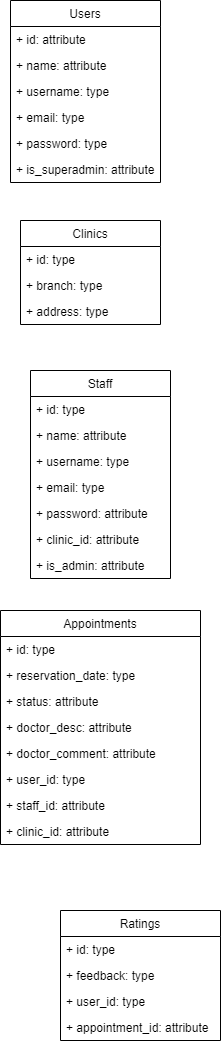
Earlier version of the draw.io export diagram/erd.drawio.png (faizrahman-my/ClinicAppointment). Source tidied: cells renumbered, new cells last; positions are measured from the earlier drawing's top-left corner, leaving out a move shared by most shapes. Source of this version:
```xml
<mxGraphModel>
  <root>
    <mxCell id="0" />
    <mxCell id="1" parent="0" />
    <mxCell id="2" value="Users" style="swimlane;fontStyle=0;horizontal=1;startSize=26;fillColor=none;" parent="1" vertex="1">
      <mxGeometry x="10" width="150" height="182" as="geometry" />
    </mxCell>
    <mxCell id="3" value="+ id: attribute" style="text;strokeColor=none;fillColor=none;align=left;verticalAlign=top;spacingLeft=4;spacingRight=4;overflow=hidden;" parent="2" vertex="1">
      <mxGeometry y="26" width="150" height="26" as="geometry" />
    </mxCell>
    <mxCell id="4" value="+ name: attribute" style="text;strokeColor=none;fillColor=none;align=left;verticalAlign=top;spacingLeft=4;spacingRight=4;overflow=hidden;" parent="2" vertex="1">
      <mxGeometry y="52" width="150" height="26" as="geometry" />
    </mxCell>
    <mxCell id="5" value="+ username: type" style="text;strokeColor=none;fillColor=none;align=left;verticalAlign=top;spacingLeft=4;spacingRight=4;overflow=hidden;" parent="2" vertex="1">
      <mxGeometry y="78" width="150" height="26" as="geometry" />
    </mxCell>
    <mxCell id="6" value="+ email: type" style="text;strokeColor=none;fillColor=none;align=left;verticalAlign=top;spacingLeft=4;spacingRight=4;overflow=hidden;" parent="2" vertex="1">
      <mxGeometry y="104" width="150" height="26" as="geometry" />
    </mxCell>
    <mxCell id="7" value="+ password: type" style="text;strokeColor=none;fillColor=none;align=left;verticalAlign=top;spacingLeft=4;spacingRight=4;overflow=hidden;" parent="2" vertex="1">
      <mxGeometry y="130" width="150" height="26" as="geometry" />
    </mxCell>
    <mxCell id="8" value="+ is_superadmin: attribute" style="text;strokeColor=none;fillColor=none;align=left;verticalAlign=top;spacingLeft=4;spacingRight=4;overflow=hidden;" parent="2" vertex="1">
      <mxGeometry y="156" width="150" height="26" as="geometry" />
    </mxCell>
    <mxCell id="9" value="Appointments" style="swimlane;fontStyle=0;horizontal=1;startSize=26;fillColor=none;" parent="1" vertex="1">
      <mxGeometry y="610" width="200" height="234" as="geometry" />
    </mxCell>
    <mxCell id="10" value="+ id: type" style="text;strokeColor=none;fillColor=none;align=left;verticalAlign=top;spacingLeft=4;spacingRight=4;overflow=hidden;" parent="9" vertex="1">
      <mxGeometry y="26" width="200" height="26" as="geometry" />
    </mxCell>
    <mxCell id="11" value="+ reservation_date: type" style="text;strokeColor=none;fillColor=none;align=left;verticalAlign=top;spacingLeft=4;spacingRight=4;overflow=hidden;" parent="9" vertex="1">
      <mxGeometry y="52" width="200" height="26" as="geometry" />
    </mxCell>
    <mxCell id="12" value="+ status: attribute" style="text;strokeColor=none;fillColor=none;align=left;verticalAlign=top;spacingLeft=4;spacingRight=4;overflow=hidden;" parent="9" vertex="1">
      <mxGeometry y="78" width="200" height="26" as="geometry" />
    </mxCell>
    <mxCell id="13" value="+ doctor_desc: attribute" style="text;strokeColor=none;fillColor=none;align=left;verticalAlign=top;spacingLeft=4;spacingRight=4;overflow=hidden;" parent="9" vertex="1">
      <mxGeometry y="104" width="200" height="26" as="geometry" />
    </mxCell>
    <mxCell id="14" value="+ doctor_comment: attribute" style="text;strokeColor=none;fillColor=none;align=left;verticalAlign=top;spacingLeft=4;spacingRight=4;overflow=hidden;" parent="9" vertex="1">
      <mxGeometry y="130" width="200" height="26" as="geometry" />
    </mxCell>
    <mxCell id="15" value="+ user_id: type" style="text;strokeColor=none;fillColor=none;align=left;verticalAlign=top;spacingLeft=4;spacingRight=4;overflow=hidden;" parent="9" vertex="1">
      <mxGeometry y="156" width="200" height="26" as="geometry" />
    </mxCell>
    <mxCell id="16" value="+ staff_id: attribute" style="text;strokeColor=none;fillColor=none;align=left;verticalAlign=top;spacingLeft=4;spacingRight=4;overflow=hidden;" parent="9" vertex="1">
      <mxGeometry y="182" width="200" height="26" as="geometry" />
    </mxCell>
    <mxCell id="17" value="+ clinic_id: attribute" style="text;strokeColor=none;fillColor=none;align=left;verticalAlign=top;spacingLeft=4;spacingRight=4;overflow=hidden;" parent="9" vertex="1">
      <mxGeometry y="208" width="200" height="26" as="geometry" />
    </mxCell>
    <mxCell id="18" value="Clinics" style="swimlane;fontStyle=0;horizontal=1;startSize=26;fillColor=none;" parent="1" vertex="1">
      <mxGeometry x="20" y="220" width="140" height="104" as="geometry" />
    </mxCell>
    <mxCell id="19" value="+ id: type" style="text;strokeColor=none;fillColor=none;align=left;verticalAlign=top;spacingLeft=4;spacingRight=4;overflow=hidden;" parent="18" vertex="1">
      <mxGeometry y="26" width="140" height="26" as="geometry" />
    </mxCell>
    <mxCell id="20" value="+ branch: type" style="text;strokeColor=none;fillColor=none;align=left;verticalAlign=top;spacingLeft=4;spacingRight=4;overflow=hidden;" parent="18" vertex="1">
      <mxGeometry y="52" width="140" height="26" as="geometry" />
    </mxCell>
    <mxCell id="21" value="+ address: type" style="text;strokeColor=none;fillColor=none;align=left;verticalAlign=top;spacingLeft=4;spacingRight=4;overflow=hidden;" parent="18" vertex="1">
      <mxGeometry y="78" width="140" height="26" as="geometry" />
    </mxCell>
    <mxCell id="22" value="Ratings" style="swimlane;fontStyle=0;horizontal=1;startSize=26;fillColor=none;" parent="1" vertex="1">
      <mxGeometry x="60" y="910" width="160" height="130" as="geometry" />
    </mxCell>
    <mxCell id="23" value="+ id: type" style="text;strokeColor=none;fillColor=none;align=left;verticalAlign=top;spacingLeft=4;spacingRight=4;overflow=hidden;" parent="22" vertex="1">
      <mxGeometry y="26" width="160" height="26" as="geometry" />
    </mxCell>
    <mxCell id="24" value="+ feedback: type" style="text;strokeColor=none;fillColor=none;align=left;verticalAlign=top;spacingLeft=4;spacingRight=4;overflow=hidden;" parent="22" vertex="1">
      <mxGeometry y="52" width="160" height="26" as="geometry" />
    </mxCell>
    <mxCell id="25" value="+ user_id: type" style="text;strokeColor=none;fillColor=none;align=left;verticalAlign=top;spacingLeft=4;spacingRight=4;overflow=hidden;" parent="22" vertex="1">
      <mxGeometry y="78" width="160" height="26" as="geometry" />
    </mxCell>
    <mxCell id="26" value="+ appointment_id: attribute" style="text;strokeColor=none;fillColor=none;align=left;verticalAlign=top;spacingLeft=4;spacingRight=4;overflow=hidden;" parent="22" vertex="1">
      <mxGeometry y="104" width="160" height="26" as="geometry" />
    </mxCell>
    <mxCell id="27" value="Staff" style="swimlane;fontStyle=0;horizontal=1;startSize=26;fillColor=none;" parent="1" vertex="1">
      <mxGeometry x="30" y="370" width="140" height="208" as="geometry" />
    </mxCell>
    <mxCell id="28" value="+ id: type" style="text;strokeColor=none;fillColor=none;align=left;verticalAlign=top;spacingLeft=4;spacingRight=4;overflow=hidden;" parent="27" vertex="1">
      <mxGeometry y="26" width="140" height="26" as="geometry" />
    </mxCell>
    <mxCell id="29" value="+ name: attribute" style="text;strokeColor=none;fillColor=none;align=left;verticalAlign=top;spacingLeft=4;spacingRight=4;overflow=hidden;" parent="27" vertex="1">
      <mxGeometry y="52" width="140" height="26" as="geometry" />
    </mxCell>
    <mxCell id="30" value="+ username: type" style="text;strokeColor=none;fillColor=none;align=left;verticalAlign=top;spacingLeft=4;spacingRight=4;overflow=hidden;" parent="27" vertex="1">
      <mxGeometry y="78" width="140" height="26" as="geometry" />
    </mxCell>
    <mxCell id="31" value="+ email: type" style="text;strokeColor=none;fillColor=none;align=left;verticalAlign=top;spacingLeft=4;spacingRight=4;overflow=hidden;" parent="27" vertex="1">
      <mxGeometry y="104" width="140" height="26" as="geometry" />
    </mxCell>
    <mxCell id="32" value="+ password: attribute" style="text;strokeColor=none;fillColor=none;align=left;verticalAlign=top;spacingLeft=4;spacingRight=4;overflow=hidden;" parent="27" vertex="1">
      <mxGeometry y="130" width="140" height="26" as="geometry" />
    </mxCell>
    <mxCell id="33" value="+ clinic_id: attribute" style="text;strokeColor=none;fillColor=none;align=left;verticalAlign=top;spacingLeft=4;spacingRight=4;overflow=hidden;" parent="27" vertex="1">
      <mxGeometry y="156" width="140" height="26" as="geometry" />
    </mxCell>
    <mxCell id="34" value="+ is_admin: attribute" style="text;strokeColor=none;fillColor=none;align=left;verticalAlign=top;spacingLeft=4;spacingRight=4;overflow=hidden;" parent="27" vertex="1">
      <mxGeometry y="182" width="140" height="26" as="geometry" />
    </mxCell>
  </root>
</mxGraphModel>
```
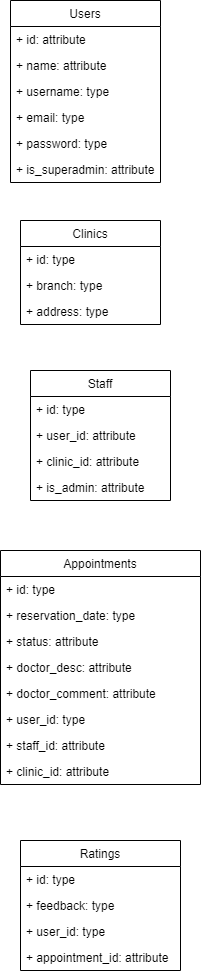
After the change.

Diff of the diagram source:
```diff
@@ -24,7 +24,7 @@
       <mxGeometry y="156" width="150" height="26" as="geometry" />
     </mxCell>
     <mxCell id="9" value="Appointments" style="swimlane;fontStyle=0;horizontal=1;startSize=26;fillColor=none;" parent="1" vertex="1">
-      <mxGeometry y="610" width="200" height="234" as="geometry" />
+      <mxGeometry y="550" width="200" height="234" as="geometry" />
     </mxCell>
     <mxCell id="10" value="+ id: type" style="text;strokeColor=none;fillColor=none;align=left;verticalAlign=top;spacingLeft=4;spacingRight=4;overflow=hidden;" parent="9" vertex="1">
       <mxGeometry y="26" width="200" height="26" as="geometry" />
@@ -63,7 +63,7 @@
       <mxGeometry y="78" width="140" height="26" as="geometry" />
     </mxCell>
     <mxCell id="22" value="Ratings" style="swimlane;fontStyle=0;horizontal=1;startSize=26;fillColor=none;" parent="1" vertex="1">
-      <mxGeometry x="60" y="910" width="160" height="130" as="geometry" />
+      <mxGeometry x="20" y="840" width="160" height="130" as="geometry" />
     </mxCell>
     <mxCell id="23" value="+ id: type" style="text;strokeColor=none;fillColor=none;align=left;verticalAlign=top;spacingLeft=4;spacingRight=4;overflow=hidden;" parent="22" vertex="1">
       <mxGeometry y="26" width="160" height="26" as="geometry" />
@@ -78,28 +78,19 @@
       <mxGeometry y="104" width="160" height="26" as="geometry" />
     </mxCell>
     <mxCell id="27" value="Staff" style="swimlane;fontStyle=0;horizontal=1;startSize=26;fillColor=none;" parent="1" vertex="1">
-      <mxGeometry x="30" y="370" width="140" height="208" as="geometry" />
+      <mxGeometry x="30" y="370" width="140" height="130" as="geometry" />
     </mxCell>
     <mxCell id="28" value="+ id: type" style="text;strokeColor=none;fillColor=none;align=left;verticalAlign=top;spacingLeft=4;spacingRight=4;overflow=hidden;" parent="27" vertex="1">
       <mxGeometry y="26" width="140" height="26" as="geometry" />
     </mxCell>
-    <mxCell id="29" value="+ name: attribute" style="text;strokeColor=none;fillColor=none;align=left;verticalAlign=top;spacingLeft=4;spacingRight=4;overflow=hidden;" parent="27" vertex="1">
+    <mxCell id="29" value="+ user_id: attribute" style="text;strokeColor=none;fillColor=none;align=left;verticalAlign=top;spacingLeft=4;spacingRight=4;overflow=hidden;" parent="27" vertex="1">
       <mxGeometry y="52" width="140" height="26" as="geometry" />
     </mxCell>
-    <mxCell id="30" value="+ username: type" style="text;strokeColor=none;fillColor=none;align=left;verticalAlign=top;spacingLeft=4;spacingRight=4;overflow=hidden;" parent="27" vertex="1">
-      <mxGeometry y="78" width="140" height="26" as="geometry" />
-    </mxCell>
-    <mxCell id="31" value="+ email: type" style="text;strokeColor=none;fillColor=none;align=left;verticalAlign=top;spacingLeft=4;spacingRight=4;overflow=hidden;" parent="27" vertex="1">
-      <mxGeometry y="104" width="140" height="26" as="geometry" />
-    </mxCell>
-    <mxCell id="32" value="+ password: attribute" style="text;strokeColor=none;fillColor=none;align=left;verticalAlign=top;spacingLeft=4;spacingRight=4;overflow=hidden;" parent="27" vertex="1">
-      <mxGeometry y="130" width="140" height="26" as="geometry" />
-    </mxCell>
     <mxCell id="33" value="+ clinic_id: attribute" style="text;strokeColor=none;fillColor=none;align=left;verticalAlign=top;spacingLeft=4;spacingRight=4;overflow=hidden;" parent="27" vertex="1">
-      <mxGeometry y="156" width="140" height="26" as="geometry" />
+      <mxGeometry y="78" width="140" height="26" as="geometry" />
     </mxCell>
     <mxCell id="34" value="+ is_admin: attribute" style="text;strokeColor=none;fillColor=none;align=left;verticalAlign=top;spacingLeft=4;spacingRight=4;overflow=hidden;" parent="27" vertex="1">
-      <mxGeometry y="182" width="140" height="26" as="geometry" />
+      <mxGeometry y="104" width="140" height="26" as="geometry" />
     </mxCell>
   </root>
 </mxGraphModel>
```
